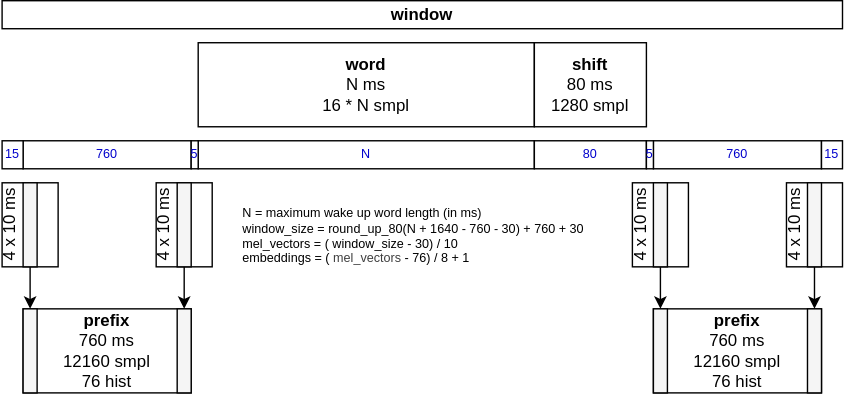
The draw.io diagram wakeupword/timing.drawio.svg in kildom/home-asist, before a commit. Source tidied: cells renumbered, new cells last; positions are measured from the earlier drawing's top-left corner, leaving out a move shared by most shapes. Its diagram source:
```xml
<mxGraphModel>
  <root>
    <mxCell id="0" />
    <mxCell id="1" parent="0" />
    <mxCell id="2" value="760" style="rounded=0;whiteSpace=wrap;html=1;fontSize=9;fontColor=#0000CC;" parent="1" vertex="1">
      <mxGeometry x="465" y="100" width="120" height="20" as="geometry" />
    </mxCell>
    <mxCell id="3" value="4 x 10 ms&lt;div&gt;&lt;br&gt;&lt;/div&gt;&lt;div&gt;&lt;br&gt;&lt;/div&gt;" style="rounded=0;whiteSpace=wrap;html=1;horizontal=0;" parent="1" vertex="1">
      <mxGeometry y="130" width="40" height="60" as="geometry" />
    </mxCell>
    <mxCell id="4" value="&lt;div&gt;&lt;b&gt;word&lt;/b&gt;&lt;/div&gt;N ms&lt;div&gt;16 * N smpl&lt;/div&gt;" style="rounded=0;whiteSpace=wrap;html=1;" parent="1" vertex="1">
      <mxGeometry x="140" y="30" width="240" height="60" as="geometry" />
    </mxCell>
    <mxCell id="5" value="&lt;b&gt;prefix&lt;/b&gt;&lt;div&gt;760 ms&lt;/div&gt;&lt;div&gt;12160 smpl&lt;/div&gt;&lt;div&gt;76 hist&lt;/div&gt;" style="rounded=0;whiteSpace=wrap;html=1;" parent="1" vertex="1">
      <mxGeometry x="15" y="220" width="120" height="60" as="geometry" />
    </mxCell>
    <mxCell id="6" value="4 x 10 ms&lt;div&gt;&lt;br&gt;&lt;/div&gt;&lt;div&gt;&lt;br&gt;&lt;/div&gt;" style="rounded=0;whiteSpace=wrap;html=1;horizontal=0;" parent="1" vertex="1">
      <mxGeometry x="110" y="130" width="40" height="60" as="geometry" />
    </mxCell>
    <mxCell id="7" style="rounded=0;whiteSpace=wrap;html=1;fillColor=#f5f5f5;fontColor=#333333;strokeColor=#000000;" parent="1" vertex="1">
      <mxGeometry x="125" y="220" width="10" height="60" as="geometry" />
    </mxCell>
    <mxCell id="8" style="edgeStyle=none;html=1;" parent="1" edge="1" source="9" target="7">
      <mxGeometry relative="1" as="geometry" />
    </mxCell>
    <mxCell id="9" style="rounded=0;whiteSpace=wrap;html=1;fillColor=#f5f5f5;fontColor=#333333;strokeColor=#000000;" parent="1" vertex="1">
      <mxGeometry x="125" y="130" width="10" height="60" as="geometry" />
    </mxCell>
    <mxCell id="10" style="rounded=0;whiteSpace=wrap;html=1;fillColor=#f5f5f5;fontColor=#333333;strokeColor=#000000;" parent="1" vertex="1">
      <mxGeometry x="15" y="220" width="10" height="60" as="geometry" />
    </mxCell>
    <mxCell id="11" style="edgeStyle=none;html=1;" parent="1" edge="1" source="12" target="10">
      <mxGeometry relative="1" as="geometry" />
    </mxCell>
    <mxCell id="12" style="rounded=0;whiteSpace=wrap;html=1;fillColor=#f5f5f5;fontColor=#333333;strokeColor=#000000;" parent="1" vertex="1">
      <mxGeometry x="15" y="130" width="10" height="60" as="geometry" />
    </mxCell>
    <mxCell id="13" value="&lt;span style=&quot;background-color: transparent;&quot;&gt;&lt;b&gt;window&lt;br&gt;&lt;/b&gt;&lt;/span&gt;" style="rounded=0;whiteSpace=wrap;html=1;" parent="1" vertex="1">
      <mxGeometry width="600" height="20" as="geometry" />
    </mxCell>
    <mxCell id="14" value="4 x 10 ms&lt;div&gt;&lt;br&gt;&lt;/div&gt;&lt;div&gt;&lt;br&gt;&lt;/div&gt;" style="rounded=0;whiteSpace=wrap;html=1;horizontal=0;" parent="1" vertex="1">
      <mxGeometry x="450" y="130" width="40" height="60" as="geometry" />
    </mxCell>
    <mxCell id="15" value="&lt;b&gt;prefix&lt;/b&gt;&lt;div&gt;760 ms&lt;/div&gt;&lt;div&gt;12160 smpl&lt;/div&gt;&lt;div&gt;76 hist&lt;/div&gt;" style="rounded=0;whiteSpace=wrap;html=1;" parent="1" vertex="1">
      <mxGeometry x="465" y="220" width="120" height="60" as="geometry" />
    </mxCell>
    <mxCell id="16" value="4 x 10 ms&lt;div&gt;&lt;br&gt;&lt;/div&gt;&lt;div&gt;&lt;br&gt;&lt;/div&gt;" style="rounded=0;whiteSpace=wrap;html=1;horizontal=0;" parent="1" vertex="1">
      <mxGeometry x="560" y="130" width="40" height="60" as="geometry" />
    </mxCell>
    <mxCell id="17" style="rounded=0;whiteSpace=wrap;html=1;fillColor=#f5f5f5;fontColor=#333333;strokeColor=#000000;" parent="1" vertex="1">
      <mxGeometry x="575" y="220" width="10" height="60" as="geometry" />
    </mxCell>
    <mxCell id="18" style="edgeStyle=none;html=1;" parent="1" edge="1" source="19" target="17">
      <mxGeometry relative="1" as="geometry" />
    </mxCell>
    <mxCell id="19" style="rounded=0;whiteSpace=wrap;html=1;fillColor=#f5f5f5;fontColor=#333333;strokeColor=#000000;" parent="1" vertex="1">
      <mxGeometry x="575" y="130" width="10" height="60" as="geometry" />
    </mxCell>
    <mxCell id="20" style="rounded=0;whiteSpace=wrap;html=1;fillColor=#f5f5f5;fontColor=#333333;strokeColor=#000000;" parent="1" vertex="1">
      <mxGeometry x="465" y="220" width="10" height="60" as="geometry" />
    </mxCell>
    <mxCell id="21" style="edgeStyle=none;html=1;" parent="1" edge="1" source="22" target="20">
      <mxGeometry relative="1" as="geometry" />
    </mxCell>
    <mxCell id="22" style="rounded=0;whiteSpace=wrap;html=1;fillColor=#f5f5f5;fontColor=#333333;strokeColor=#000000;" parent="1" vertex="1">
      <mxGeometry x="465" y="130" width="10" height="60" as="geometry" />
    </mxCell>
    <mxCell id="23" value="&lt;b&gt;shift&lt;/b&gt;&lt;div&gt;80 ms&lt;/div&gt;&lt;div&gt;1280 smpl&lt;/div&gt;" style="rounded=0;whiteSpace=wrap;html=1;" parent="1" vertex="1">
      <mxGeometry x="380" y="30" width="80" height="60" as="geometry" />
    </mxCell>
    <mxCell id="24" value="N" style="rounded=0;whiteSpace=wrap;html=1;fontSize=9;fontColor=#0000CC;" parent="1" vertex="1">
      <mxGeometry x="140" y="100" width="240" height="20" as="geometry" />
    </mxCell>
    <mxCell id="25" value="80" style="rounded=0;whiteSpace=wrap;html=1;fontSize=9;fontColor=#0000CC;" parent="1" vertex="1">
      <mxGeometry x="380" y="100" width="80" height="20" as="geometry" />
    </mxCell>
    <mxCell id="26" value="5" style="rounded=0;whiteSpace=wrap;html=1;fontSize=9;fontColor=#0000CC;" parent="1" vertex="1">
      <mxGeometry x="460" y="100" width="5" height="20" as="geometry" />
    </mxCell>
    <mxCell id="27" value="15" style="rounded=0;whiteSpace=wrap;html=1;fontSize=9;fontColor=#0000CC;" parent="1" vertex="1">
      <mxGeometry x="585" y="100" width="15" height="20" as="geometry" />
    </mxCell>
    <mxCell id="28" value="760" style="rounded=0;whiteSpace=wrap;html=1;fontSize=9;fontColor=#0000CC;" parent="1" vertex="1">
      <mxGeometry x="15" y="100" width="120" height="20" as="geometry" />
    </mxCell>
    <mxCell id="29" value="5" style="rounded=0;whiteSpace=wrap;html=1;fontSize=9;fontColor=#0000CC;" parent="1" vertex="1">
      <mxGeometry x="135" y="100" width="5" height="20" as="geometry" />
    </mxCell>
    <mxCell id="30" value="15" style="rounded=0;whiteSpace=wrap;html=1;fontSize=9;fontColor=#0000CC;" parent="1" vertex="1">
      <mxGeometry y="100" width="15" height="20" as="geometry" />
    </mxCell>
    <mxCell id="31" value="&lt;div&gt;N = maximum wake up word length (in ms)&lt;/div&gt;window_size = round_up_80(N + 1640 - 760 - 30) + 760 + 30&lt;div style=&quot;&quot;&gt;mel_vectors&amp;nbsp;&lt;span style=&quot;background-color: transparent;&quot;&gt;= (&lt;/span&gt;&lt;span style=&quot;color: rgb(0, 0, 0);&quot;&gt;window_size&amp;nbsp;&lt;/span&gt;&lt;span style=&quot;background-color: transparent;&quot;&gt;- 30) / 10&lt;/span&gt;&lt;/div&gt;&lt;div style=&quot;&quot;&gt;embeddings = (&lt;span style=&quot;color: rgb(63, 63, 63); background-color: transparent;&quot;&gt;mel_vectors&amp;nbsp;&lt;/span&gt;&lt;span style=&quot;background-color: transparent;&quot;&gt;- 76) / 8 + 1&lt;/span&gt;&lt;/div&gt;" style="text;html=1;align=left;verticalAlign=top;whiteSpace=wrap;rounded=0;fontSize=9;" parent="1" vertex="1">
      <mxGeometry x="170" y="140" width="260" height="140" as="geometry" />
    </mxCell>
  </root>
</mxGraphModel>
```
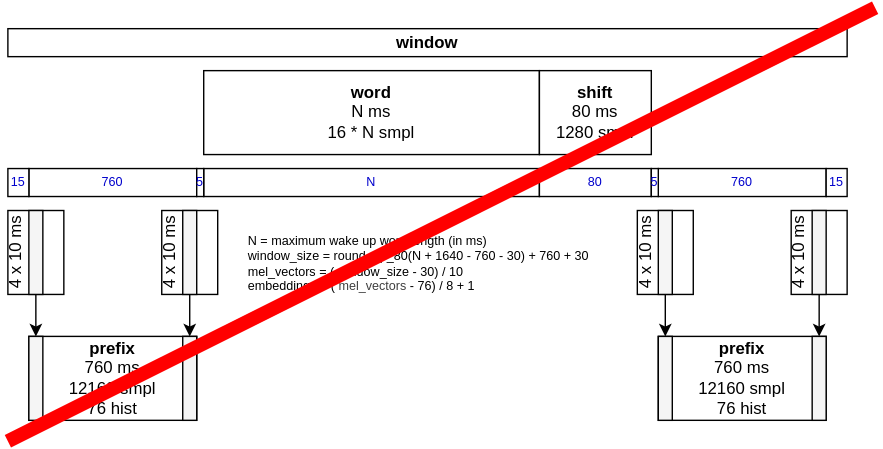
The same file after the commit.

The edit, as a diff of the source:
```diff
@@ -92,5 +92,11 @@
     <mxCell id="31" value="&lt;div&gt;N = maximum wake up word length (in ms)&lt;/div&gt;window_size = round_up_80(N + 1640 - 760 - 30) + 760 + 30&lt;div style=&quot;&quot;&gt;mel_vectors&amp;nbsp;&lt;span style=&quot;background-color: transparent;&quot;&gt;= (&lt;/span&gt;&lt;span style=&quot;color: rgb(0, 0, 0);&quot;&gt;window_size&amp;nbsp;&lt;/span&gt;&lt;span style=&quot;background-color: transparent;&quot;&gt;- 30) / 10&lt;/span&gt;&lt;/div&gt;&lt;div style=&quot;&quot;&gt;embeddings = (&lt;span style=&quot;color: rgb(63, 63, 63); background-color: transparent;&quot;&gt;mel_vectors&amp;nbsp;&lt;/span&gt;&lt;span style=&quot;background-color: transparent;&quot;&gt;- 76) / 8 + 1&lt;/span&gt;&lt;/div&gt;" style="text;html=1;align=left;verticalAlign=top;whiteSpace=wrap;rounded=0;fontSize=9;" parent="1" vertex="1">
       <mxGeometry x="170" y="140" width="260" height="140" as="geometry" />
     </mxCell>
+    <mxCell id="32" style="endArrow=none;html=1;strokeColor=#FF0000;strokeWidth=10;" parent="1" edge="1">
+      <mxGeometry relative="1" as="geometry">
+        <mxPoint y="295" as="sourcePoint" />
+        <mxPoint x="620" y="-15" as="targetPoint" />
+      </mxGeometry>
+    </mxCell>
   </root>
 </mxGraphModel>
```
